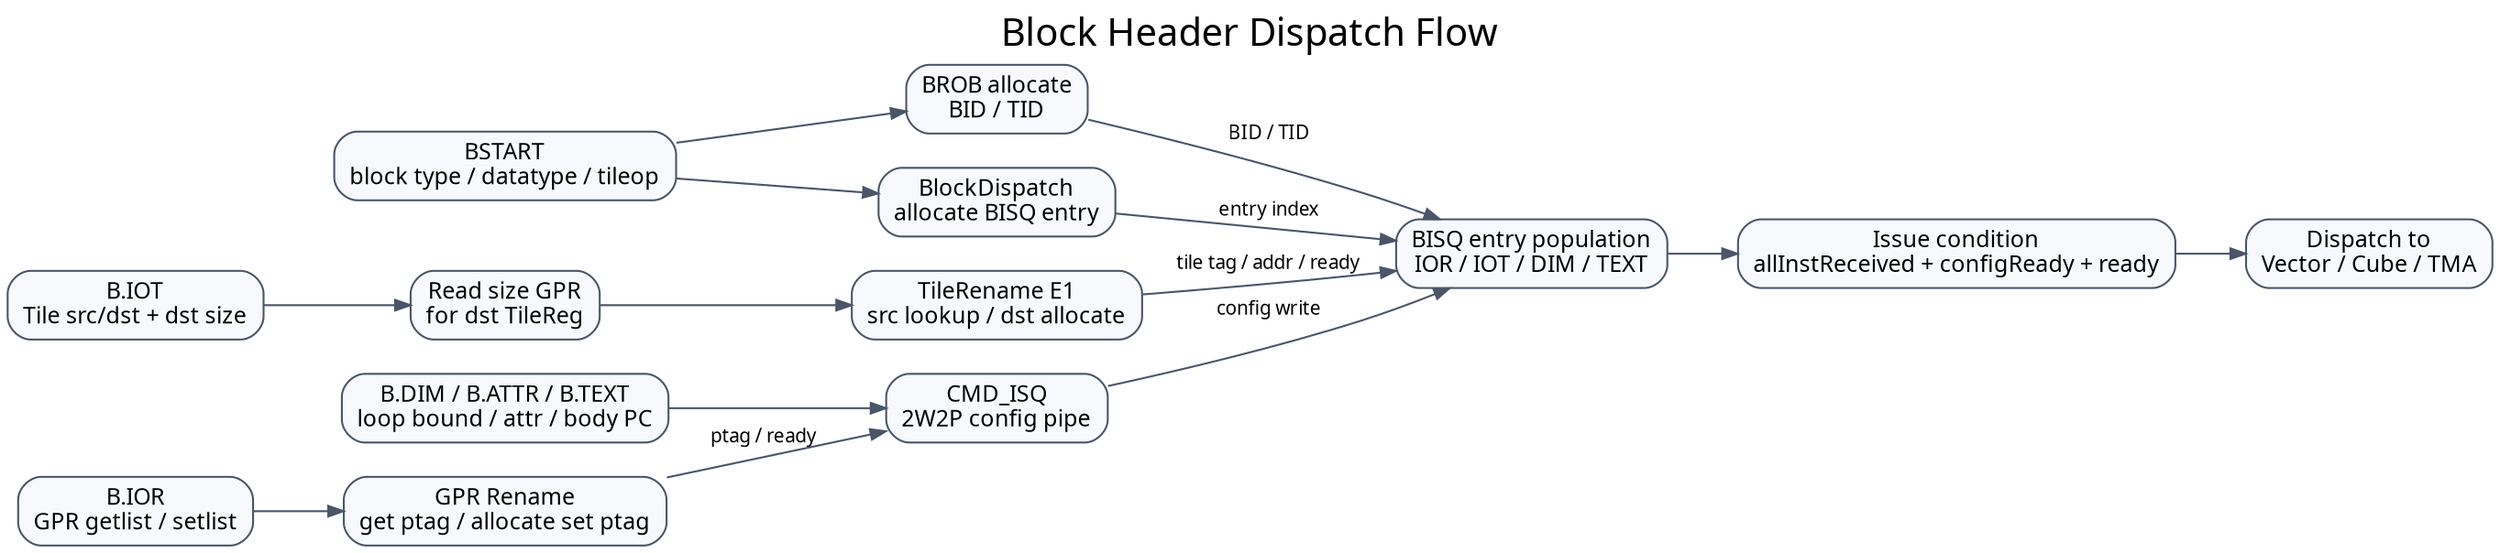
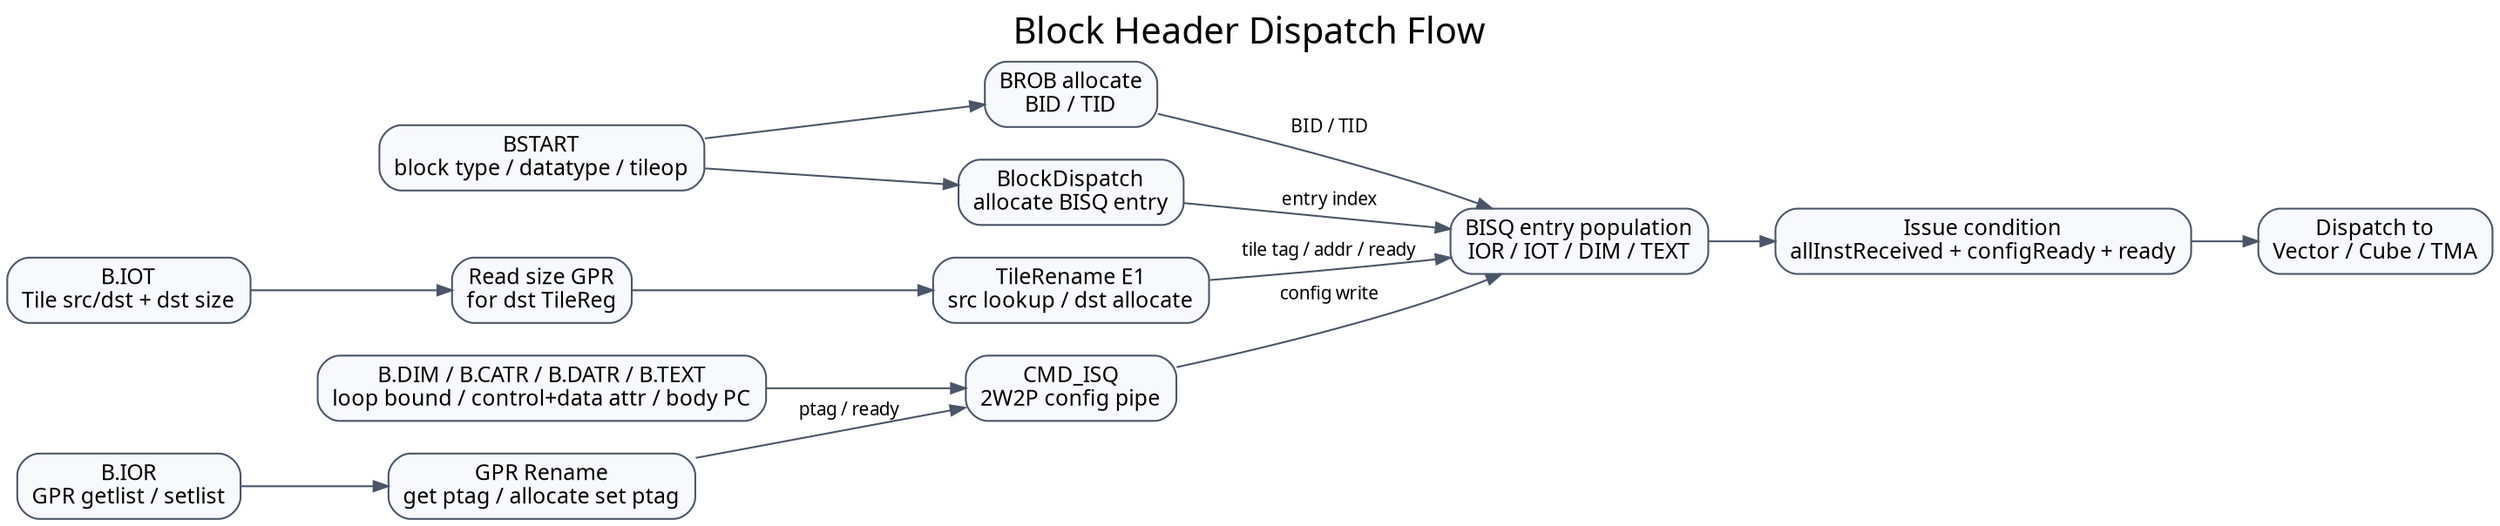
digraph BLOCK_HEADER_DISPATCH {
  graph [
    rankdir=LR,
    label="Block Header Dispatch Flow",
    labelloc=t,
    fontsize=20,
    fontname="Microsoft YaHei"
  ];

  node [
    shape=box,
    style="rounded,filled",
    fillcolor="#F7F9FC",
    color="#4A5568",
    fontname="Microsoft YaHei",
    fontsize=12
  ];

  edge [
    color="#4A5568",
    arrowsize=0.8,
    fontname="Microsoft YaHei",
    fontsize=10
  ];

  BSTART [label="BSTART\nblock type / datatype / tileop"];
  BIOR [label="B.IOR\nGPR getlist / setlist"];
  BIOT [label="B.IOT\nTile src/dst + dst size"];
-   BDIM [label="B.DIM / B.ATTR / B.TEXT\nloop bound / attr / body PC"];
+   BDIM [label="B.DIM / B.CATR / B.DATR / B.TEXT\nloop bound / control+data attr / body PC"];

  BROB_ALLOC [label="BROB allocate\nBID / TID"];
  BISQ_ALLOC [label="BlockDispatch\nallocate BISQ entry"];
  GPR_RENAME [label="GPR Rename\nget ptag / allocate set ptag"];
  SIZE_READ [label="Read size GPR\nfor dst TileReg"];
  TILE_RENAME [label="TileRename E1\nsrc lookup / dst allocate"];
  CMD_ISQ [label="CMD_ISQ\n2W2P config pipe"];
  BISQ_WRITE [label="BISQ entry population\nIOR / IOT / DIM / TEXT"];
  READY_CHECK [label="Issue condition\nallInstReceived + configReady + ready"];
  DISPATCH [label="Dispatch to\nVector / Cube / TMA"];

  BSTART -> BROB_ALLOC;
  BSTART -> BISQ_ALLOC;
  BIOR -> GPR_RENAME;
  GPR_RENAME -> CMD_ISQ [label="ptag / ready"];
  BIOT -> SIZE_READ;
  SIZE_READ -> TILE_RENAME;
  TILE_RENAME -> BISQ_WRITE [label="tile tag / addr / ready"];
  BDIM -> CMD_ISQ;
  CMD_ISQ -> BISQ_WRITE [label="config write"];
  BROB_ALLOC -> BISQ_WRITE [label="BID / TID"];
  BISQ_ALLOC -> BISQ_WRITE [label="entry index"];
  BISQ_WRITE -> READY_CHECK;
  READY_CHECK -> DISPATCH;
}
